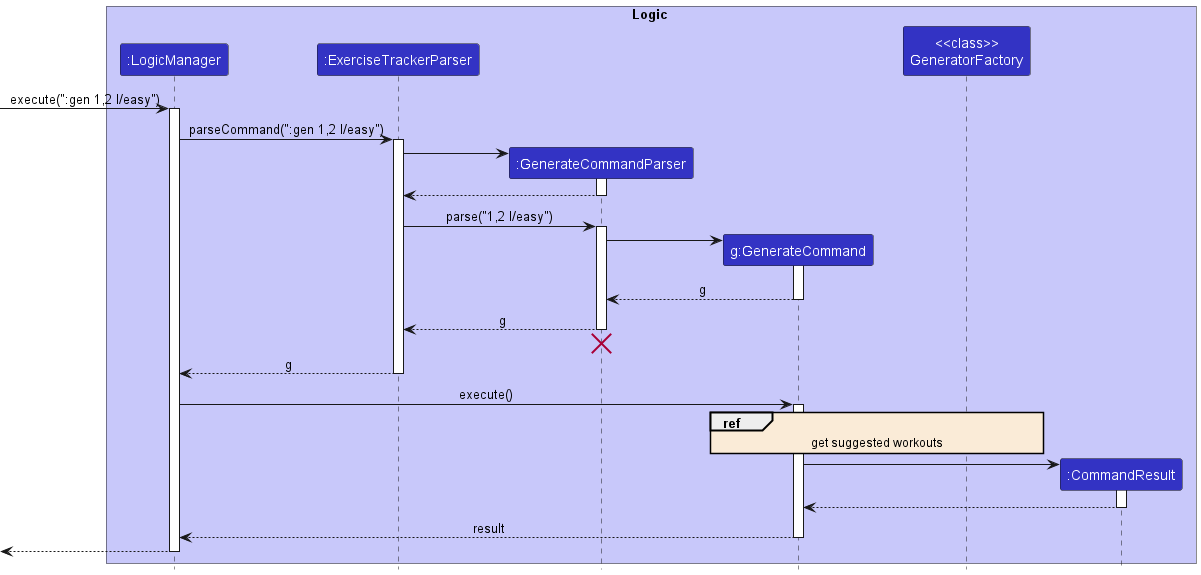
Above: docs/images/GenerateWorkoutSequenceDiagram.png in nus-cs2103-AY2223S1/tp (PlantUML), before the change. Its diagram source:
```plantuml
@startuml
!include style.puml
skinparam sequenceReferenceBackgroundColor AntiqueWhite

box Logic LOGIC_COLOR_T1
participant ":LogicManager" as LogicManager LOGIC_COLOR
participant ":ExerciseTrackerParser" as ExerciseTrackerParser LOGIC_COLOR
participant ":GenerateCommandParser" as GenerateCommandParser LOGIC_COLOR
participant "g:GenerateCommand" as GenerateCommand LOGIC_COLOR
participant GeneratorFactory as "<<class>>\nGeneratorFactory" LOGIC_COLOR
participant ":CommandResult" as CommandResult LOGIC_COLOR
end box


[-> LogicManager : execute(":gen 1,2 l/easy")
activate LogicManager

LogicManager -> ExerciseTrackerParser : parseCommand(":gen 1,2 l/easy")
activate ExerciseTrackerParser

create GenerateCommandParser
ExerciseTrackerParser -> GenerateCommandParser
activate GenerateCommandParser

GenerateCommandParser --> ExerciseTrackerParser
deactivate GenerateCommandParser

ExerciseTrackerParser -> GenerateCommandParser : parse("1,2 l/easy")
activate GenerateCommandParser

create GenerateCommand
GenerateCommandParser -> GenerateCommand
activate GenerateCommand

GenerateCommand --> GenerateCommandParser : g
deactivate GenerateCommand

GenerateCommandParser --> ExerciseTrackerParser : g
deactivate GenerateCommandParser

GenerateCommandParser -[hidden]-> ExerciseTrackerParser
destroy GenerateCommandParser

ExerciseTrackerParser --> LogicManager : g
deactivate ExerciseTrackerParser

LogicManager -> GenerateCommand : execute()
activate GenerateCommand

ref over GenerateCommand, GeneratorFactory
get suggested workouts
end ref

create CommandResult
GenerateCommand -> CommandResult
activate CommandResult

CommandResult --> GenerateCommand
deactivate CommandResult

GenerateCommand --> LogicManager : result
deactivate GenerateCommand

[<--LogicManager
deactivate LogicManager
@enduml
```
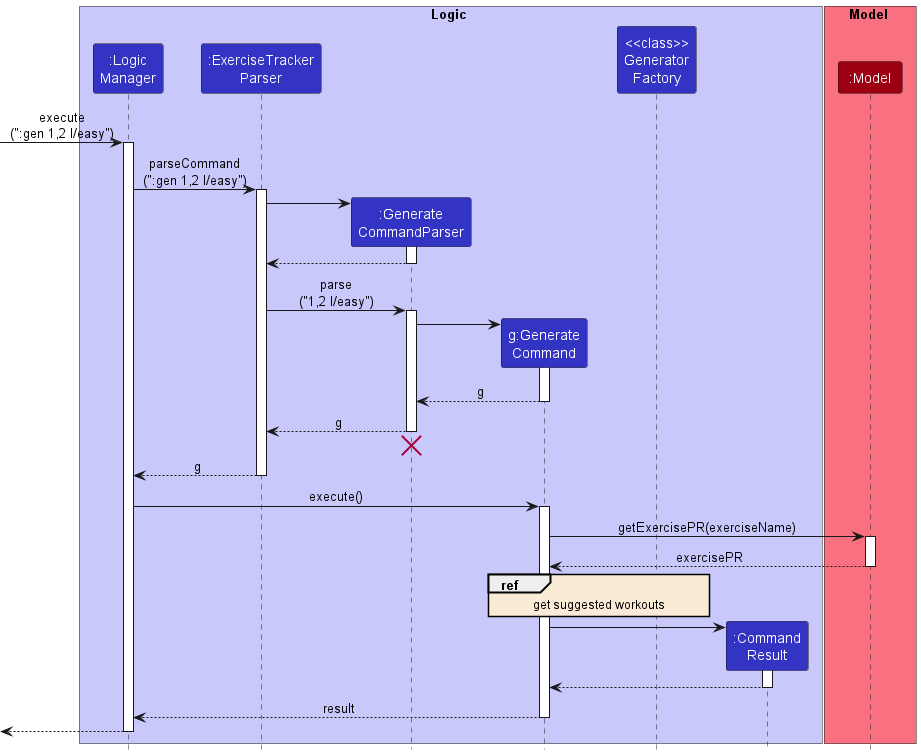
The same diagram one commit later.

Commit message:
Update descriptions and diagrams in DG

What changed in the source:
```diff
@@ -3,19 +3,22 @@
 skinparam sequenceReferenceBackgroundColor AntiqueWhite
 
 box Logic LOGIC_COLOR_T1
-participant ":LogicManager" as LogicManager LOGIC_COLOR
-participant ":ExerciseTrackerParser" as ExerciseTrackerParser LOGIC_COLOR
-participant ":GenerateCommandParser" as GenerateCommandParser LOGIC_COLOR
-participant "g:GenerateCommand" as GenerateCommand LOGIC_COLOR
-participant GeneratorFactory as "<<class>>\nGeneratorFactory" LOGIC_COLOR
-participant ":CommandResult" as CommandResult LOGIC_COLOR
+participant ":Logic\nManager" as LogicManager LOGIC_COLOR
+participant ":ExerciseTracker\nParser" as ExerciseTrackerParser LOGIC_COLOR
+participant ":Generate\nCommandParser" as GenerateCommandParser LOGIC_COLOR
+participant "g:Generate\nCommand" as GenerateCommand LOGIC_COLOR
+participant GeneratorFactory as "<<class>>\nGenerator\nFactory" LOGIC_COLOR
+participant ":Command\nResult" as CommandResult LOGIC_COLOR
 end box
 
+box Model MODEL_COLOR_T1
+participant ":Model" as Model MODEL_COLOR
+end box
 
-[-> LogicManager : execute(":gen 1,2 l/easy")
+[-> LogicManager : execute\n(":gen 1,2 l/easy")
 activate LogicManager
 
-LogicManager -> ExerciseTrackerParser : parseCommand(":gen 1,2 l/easy")
+LogicManager -> ExerciseTrackerParser : parseCommand\n(":gen 1,2 l/easy")
 activate ExerciseTrackerParser
 
 create GenerateCommandParser
@@ -25,7 +28,7 @@
 GenerateCommandParser --> ExerciseTrackerParser
 deactivate GenerateCommandParser
 
-ExerciseTrackerParser -> GenerateCommandParser : parse("1,2 l/easy")
+ExerciseTrackerParser -> GenerateCommandParser : parse\n("1,2 l/easy")
 activate GenerateCommandParser
 
 create GenerateCommand
@@ -47,6 +50,12 @@
 LogicManager -> GenerateCommand : execute()
 activate GenerateCommand
 
+
+GenerateCommand -> Model : getExercisePR(exerciseName)
+activate Model
+Model --> GenerateCommand : exercisePR
+deactivate Model
+
 ref over GenerateCommand, GeneratorFactory
 get suggested workouts
 end ref
@@ -63,4 +72,5 @@
 
 [<--LogicManager
 deactivate LogicManager
+
 @enduml
```
